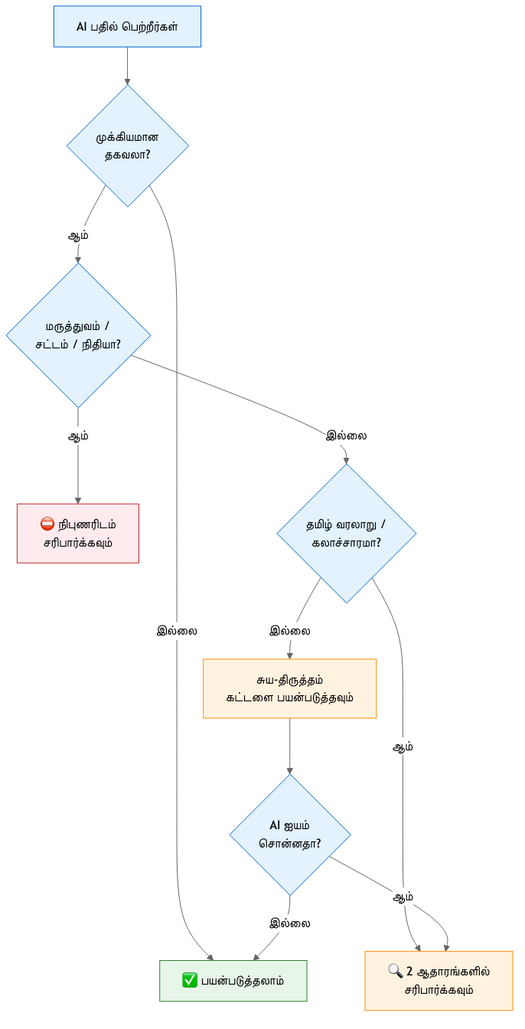
kpassoubady/tamil-prompt-standard keeps this Mermaid diagram as book/images/diagrams/hallucination-detection.png. Above is the earlier version. Its source is kept beside it as book/images/diagrams/hallucination-detection.mmd.
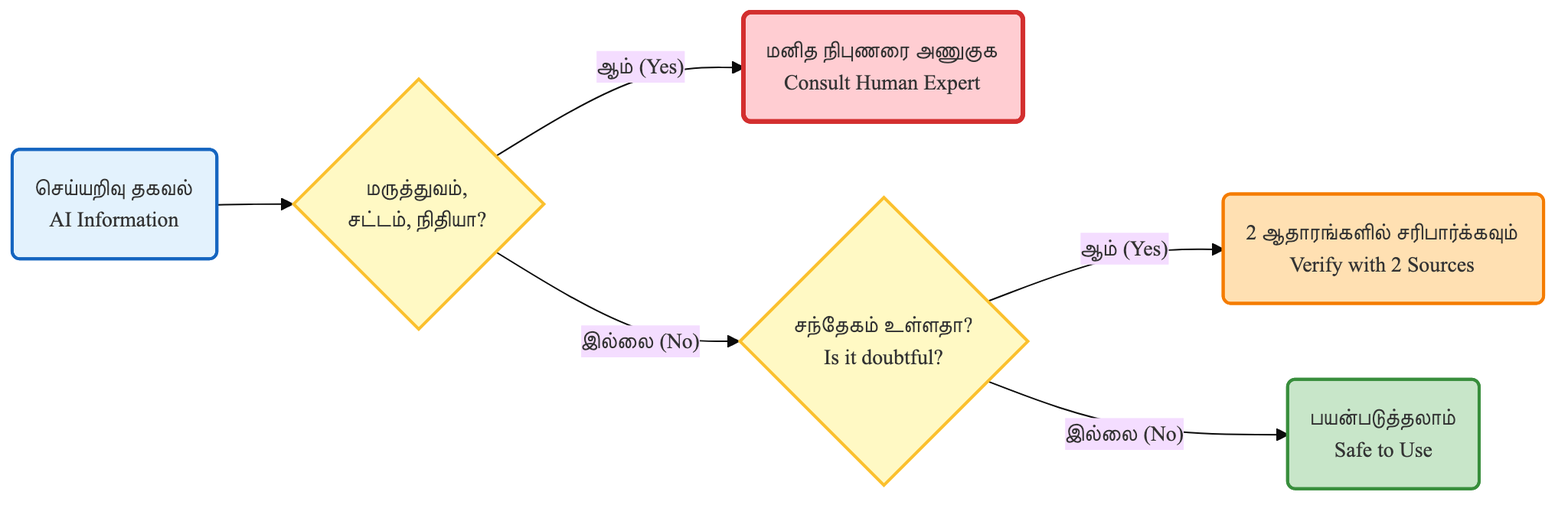
Later version of the same file.

Diff of the diagram source:
```diff
@@ -1,21 +1,14 @@
-flowchart TD
-    A["AI பதில் பெற்றீர்கள்"] --> B{"முக்கியமான<br/>தகவலா?"}
-    B -->|"இல்லை"| Z["✅ பயன்படுத்தலாம்"]
-    B -->|"ஆம்"| C{"மருத்துவம் /<br/>சட்டம் / நிதியா?"}
-    C -->|"ஆம்"| D["⛔ நிபுணரிடம்<br/>சரிபார்க்கவும்"]
-    C -->|"இல்லை"| E{"தமிழ் வரலாறு /<br/>கலாச்சாரமா?"}
-    E -->|"ஆம்"| F["🔍 2 ஆதாரங்களில்<br/>சரிபார்க்கவும்"]
-    E -->|"இல்லை"| G["சுய-திருத்தம்<br/>கட்டளை பயன்படுத்தவும்"]
-    G --> H{"AI ஐயம்<br/>சொன்னதா?"}
-    H -->|"ஆம்"| F
-    H -->|"இல்லை"| Z
+%%{init: {'theme': 'base', 'themeVariables': { 'fontSize': '14px', 'fontFamily': 'Arial, Helvetica, sans-serif', 'fontWeight': '600'}}}%%
+graph LR
+    Start(செய்யறிவு தகவல்<br/>AI Information) --> Q1{மருத்துவம்,<br/>சட்டம், நிதியா?}
+    Q1 -- ஆம் (Yes) --> H(மனித நிபுணரை அணுகுக<br/>Consult Human Expert)
+    Q1 -- இல்லை (No) --> Q2{சந்தேகம் உள்ளதா?<br/>Is it doubtful?}
+    Q2 -- ஆம் (Yes) --> V(2 ஆதாரங்களில் சரிபார்க்கவும்<br/>Verify with 2 Sources)
+    Q2 -- இல்லை (No) --> S(பயன்படுத்தலாம்<br/>Safe to Use)
 
-    style A fill:#E3F2FD,stroke:#0066CC
-    style B fill:#E3F2FD,stroke:#0066CC
-    style Z fill:#E8F5E9,stroke:#2E7D32
-    style C fill:#E3F2FD,stroke:#0066CC
-    style D fill:#FFEBEE,stroke:#C62828
-    style E fill:#E3F2FD,stroke:#0066CC
-    style F fill:#FFF3E0,stroke:#FF8C00
-    style G fill:#FFF3E0,stroke:#FF8C00
-    style H fill:#E3F2FD,stroke:#0066CC
+    style Start fill:#E3F2FD,stroke:#1565C0,stroke-width:2px,color:#333
+    style Q1 fill:#FFF9C4,stroke:#FBC02D,stroke-width:2px,color:#333
+    style Q2 fill:#FFF9C4,stroke:#FBC02D,stroke-width:2px,color:#333
+    style H fill:#FFCDD2,stroke:#D32F2F,stroke-width:3px,color:#333
+    style V fill:#FFE0B2,stroke:#F57C00,stroke-width:2px,color:#333
+    style S fill:#C8E6C9,stroke:#388E3C,stroke-width:2px,color:#333
```
